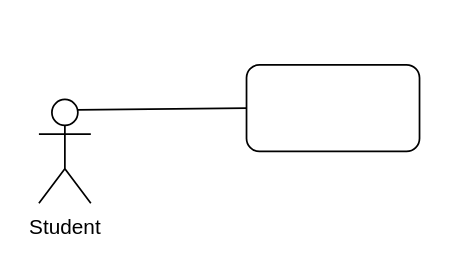
The draw.io diagram Untitled Diagram.drawio in DEVPARMAR06/lucifer, before the edit. Source tidied: cells renumbered, new cells numbered last; positions are measured from the earlier drawing's top-left corner, leaving out a move shared by most shapes. Both pictures are drawn from the tidied source at 173%, with x=0, y=0 at pixel (38, 64).
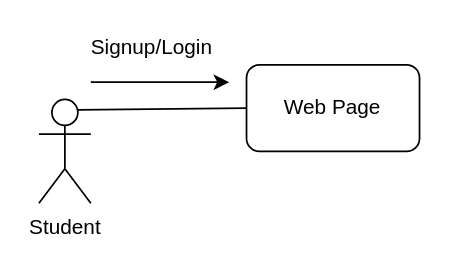
After the change.

What changed in the source:
```diff
@@
 <mxGraphModel>
   <root>
     <mxCell id="0" />
     <mxCell id="1" parent="0" />
     <mxCell id="2" value="Student" style="shape=umlActor;verticalLabelPosition=bottom;verticalAlign=top;html=1;outlineConnect=0;" parent="1" vertex="1">
       <mxGeometry y="20" width="30" height="60" as="geometry" />
     </mxCell>
-    <mxCell id="3" style="rounded=1;whiteSpace=wrap;html=1;" parent="1" vertex="1">
+    <mxCell id="3" value="Web Page" style="rounded=1;whiteSpace=wrap;html=1;" parent="1" vertex="1">
       <mxGeometry x="120" width="100" height="50" as="geometry" />
     </mxCell>
     <mxCell id="4" style="endArrow=none;html=1;rounded=0;exitX=0.75;exitY=0.1;exitDx=0;exitDy=0;exitPerimeter=0;entryX=0;entryY=0.5;entryDx=0;entryDy=0;" parent="1" edge="1" source="2" target="3">
       <mxGeometry relative="1" as="geometry" />
     </mxCell>
+    <mxCell id="5" style="endArrow=classic;html=1;rounded=0;" parent="1" edge="1">
+      <mxGeometry relative="1" as="geometry">
+        <mxPoint x="30" y="10" as="sourcePoint" />
+        <mxPoint x="110" y="10" as="targetPoint" />
+        <Array as="points">
+          <mxPoint x="60" y="10" />
+        </Array>
+      </mxGeometry>
+    </mxCell>
+    <mxCell id="6" value="Signup/Login" style="text;html=1;align=center;verticalAlign=middle;strokeColor=none;fillColor=none;" parent="1" vertex="1">
+      <mxGeometry x="20" y="-20" width="90" height="20" as="geometry" />
+    </mxCell>
   </root>
 </mxGraphModel>
```
